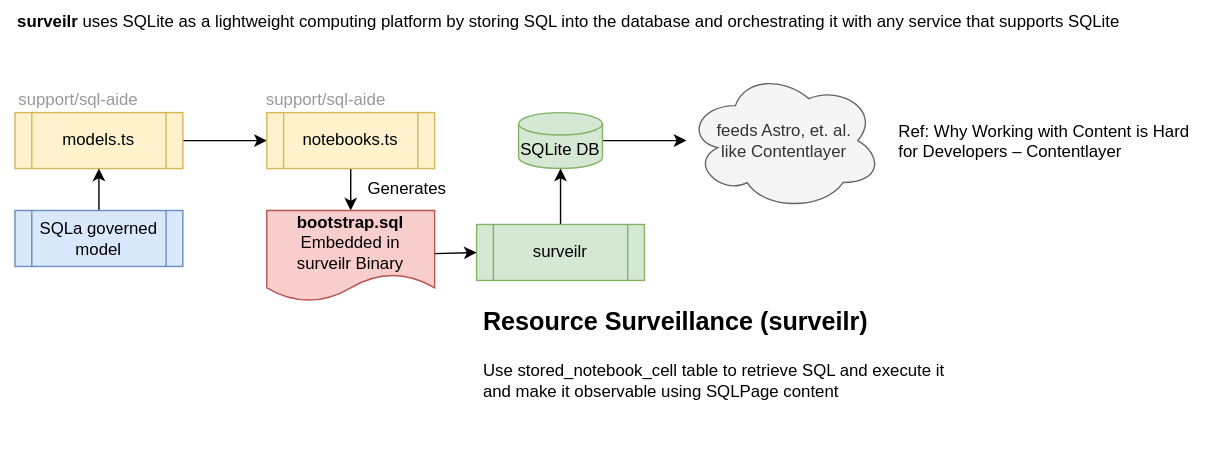
The draw.io diagram support/docs/architecture.drawio.svg in opsfolio/resource-surveillance, before a commit. Source tidied: cells renumbered, new cells last; positions are measured from the earlier drawing's top-left corner, leaving out a move shared by most shapes.
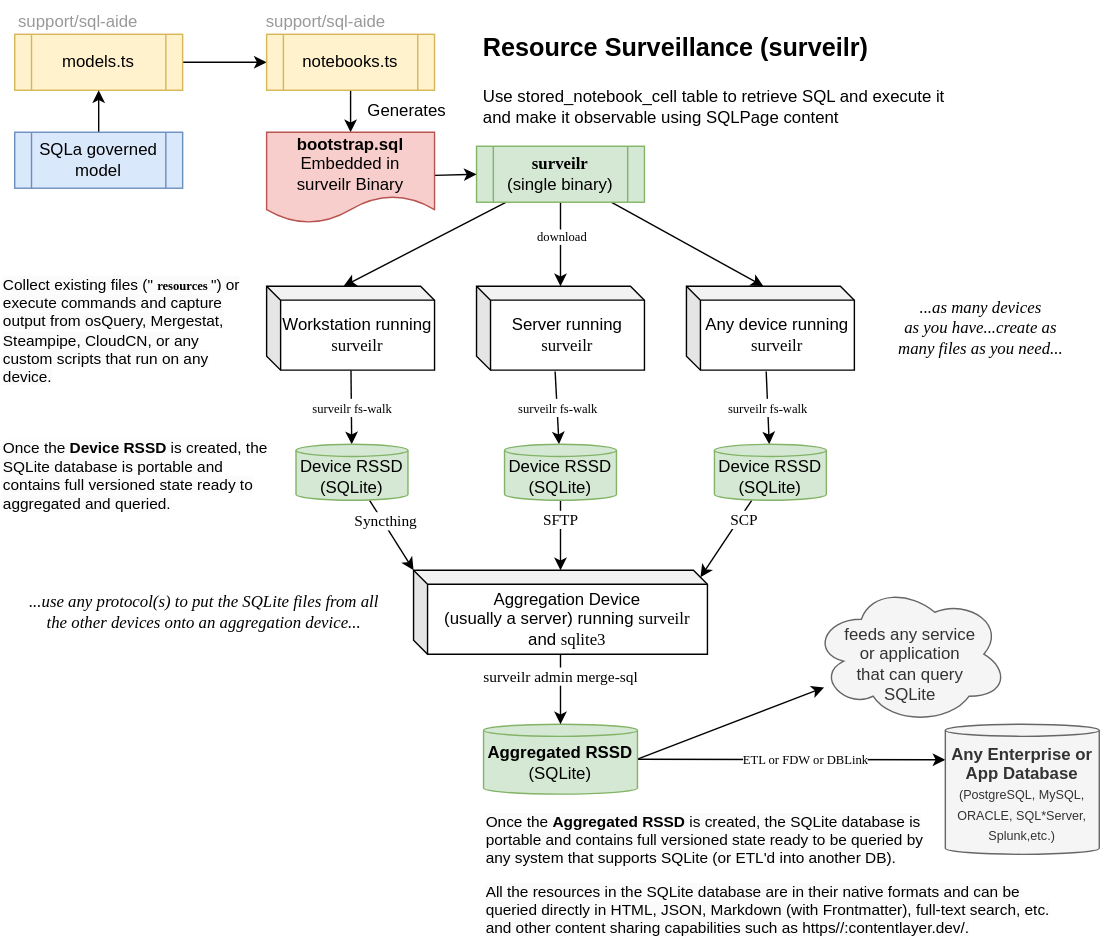
The same file after the commit.

Diff of the diagram source:
```diff
@@ -14,30 +14,41 @@
     <mxCell id="5" value="notebooks.ts" style="shape=process;whiteSpace=wrap;html=1;backgroundOutline=1;fillColor=#fff2cc;strokeColor=#d6b656;" parent="1" vertex="1">
       <mxGeometry x="190" y="80" width="120" height="40" as="geometry" />
     </mxCell>
-    <mxCell id="6" style="edgeStyle=none;html=1;" parent="1" edge="1" source="7" target="9">
+    <mxCell id="6" style="edgeStyle=none;html=1;exitX=1;exitY=0.5;exitDx=0;exitDy=0;exitPerimeter=0;" parent="1" edge="1" source="7" target="9">
       <mxGeometry relative="1" as="geometry" />
     </mxCell>
+    <mxCell id="21" style="edgeStyle=none;html=1;entryX=0;entryY=0;entryDx=0;entryDy=25.416666666666707;entryPerimeter=0;fontFamily=Lucida Console;fontSize=9;" parent="1" edge="1" source="7" target="51">
+      <mxGeometry relative="1" as="geometry" />
+    </mxCell>
+    <mxCell id="22" value="&amp;nbsp;ETL or FDW or DBLink&amp;nbsp;" style="edgeLabel;html=1;align=center;verticalAlign=middle;fontSize=9;fontFamily=Comic Sans MS;" parent="21" vertex="1">
+      <mxGeometry x="0.09" relative="1" as="geometry" />
+    </mxCell>
-    <mxCell id="7" value="SQLite DB" style="shape=cylinder3;whiteSpace=wrap;html=1;boundedLbl=1;backgroundOutline=1;size=8;fillColor=#d5e8d4;strokeColor=#82b366;" parent="1" vertex="1">
-      <mxGeometry x="370" y="80" width="60" height="40" as="geometry" />
+    <mxCell id="7" value="&lt;b&gt;Aggregated RSSD &lt;/b&gt;(SQLite)" style="shape=cylinder3;whiteSpace=wrap;html=1;boundedLbl=1;backgroundOutline=1;size=4.333333333333414;fillColor=#d5e8d4;strokeColor=#82b366;" parent="1" vertex="1">
+      <mxGeometry x="345" y="573" width="110" height="50" as="geometry" />
     </mxCell>
-    <mxCell id="8" value="Ref:&amp;nbsp;&lt;a href=&quot;https://contentlayer.dev/blog/working-with-content-is-hard-for-developers#6-contentlayer-makes-content-easy-for-developers&quot;&gt;Why Working with Content is Hard for Developers – Contentlayer&lt;/a&gt;" style="text;whiteSpace=wrap;html=1;" parent="1" vertex="1">
-      <mxGeometry x="640" y="80" width="220" height="50" as="geometry" />
-    </mxCell>
-    <mxCell id="9" value="feeds Astro, et. al.&lt;br&gt;like Contentlayer" style="ellipse;shape=cloud;whiteSpace=wrap;html=1;fillColor=#f5f5f5;fontColor=#333333;strokeColor=#666666;" parent="1" vertex="1">
-      <mxGeometry x="490" y="50" width="140" height="100" as="geometry" />
+    <mxCell id="9" value="&lt;br&gt;feeds any service&lt;br&gt;&amp;nbsp;or application&lt;br&gt;that can query&lt;br&gt;SQLite" style="ellipse;shape=cloud;whiteSpace=wrap;html=1;fillColor=#f5f5f5;fontColor=#333333;strokeColor=#666666;" parent="1" vertex="1">
+      <mxGeometry x="580" y="473" width="140" height="100" as="geometry" />
     </mxCell>
-    <mxCell id="10" style="edgeStyle=none;html=1;entryX=0.5;entryY=1;entryDx=0;entryDy=0;entryPerimeter=0;" parent="1" edge="1" source="11" target="7">
-      <mxGeometry relative="1" as="geometry" />
-    </mxCell>
+    <mxCell id="23" style="edgeStyle=none;html=1;fontFamily=Lucida Console;" parent="1" edge="1" source="11" target="29">
+      <mxGeometry relative="1" as="geometry" />
+    </mxCell>
+    <mxCell id="24" value="download" style="edgeLabel;html=1;align=center;verticalAlign=middle;fontFamily=Comic Sans MS;fontSize=9;" parent="23" vertex="1">
+      <mxGeometry x="-0.47" y="1" relative="1" as="geometry">
+        <mxPoint y="9" as="offset" />
+      </mxGeometry>
+    </mxCell>
+    <mxCell id="25" style="edgeStyle=none;html=1;entryX=0;entryY=0;entryDx=55;entryDy=0;entryPerimeter=0;fontFamily=Lucida Console;" parent="1" edge="1" source="11" target="28">
+      <mxGeometry relative="1" as="geometry" />
+    </mxCell>
+    <mxCell id="26" style="edgeStyle=none;html=1;entryX=0;entryY=0;entryDx=55;entryDy=0;entryPerimeter=0;fontFamily=Lucida Console;" parent="1" edge="1" source="11" target="30">
+      <mxGeometry relative="1" as="geometry" />
+    </mxCell>
-    <mxCell id="11" value="surveilr" style="shape=process;whiteSpace=wrap;html=1;backgroundOutline=1;fillColor=#d5e8d4;strokeColor=#82b366;" parent="1" vertex="1">
+    <mxCell id="11" value="&lt;font face=&quot;Lucida Console&quot;&gt;surveilr&lt;/font&gt;&lt;br&gt;&lt;span style=&quot;font-weight: normal;&quot;&gt;(single binary)&lt;/span&gt;" style="shape=process;whiteSpace=wrap;html=1;backgroundOutline=1;fillColor=#d5e8d4;strokeColor=#82b366;fontStyle=1;" parent="1" vertex="1">
       <mxGeometry x="340" y="160" width="120" height="40" as="geometry" />
     </mxCell>
     <mxCell id="12" value="&lt;h1 style=&quot;line-height: 100%;&quot;&gt;&lt;font style=&quot;font-size: 18px;&quot;&gt;Resource Surveillance (surveilr)&lt;/font&gt;&lt;/h1&gt;&lt;span style=&quot;background-color: initial;&quot;&gt;Use stored_notebook_cell table to retrieve SQL and execute it&lt;/span&gt;&lt;span style=&quot;background-color: initial;&quot;&gt;&amp;nbsp;and make it observable using SQLPage content&lt;/span&gt;" style="text;html=1;strokeColor=none;fillColor=none;spacing=5;spacingTop=-20;whiteSpace=wrap;overflow=hidden;rounded=0;" parent="1" vertex="1">
-      <mxGeometry x="340" y="210" width="360" height="120" as="geometry" />
+      <mxGeometry x="340" y="70" width="360" height="120" as="geometry" />
     </mxCell>
-    <mxCell id="13" value="&lt;b&gt;surveilr&lt;/b&gt; uses SQLite as a lightweight computing platform by storing SQL into the database and orchestrating it with any service that supports SQLite" style="text;html=1;align=left;verticalAlign=middle;strokeColor=none;fillColor=none;" parent="1" vertex="1">
-      <mxGeometry x="10" width="810" height="30" as="geometry" />
-    </mxCell>
     <mxCell id="14" style="edgeStyle=none;html=1;fontSize=12;" parent="1" edge="1" source="15" target="3">
       <mxGeometry relative="1" as="geometry" />
     </mxCell>
@@ -59,5 +70,82 @@
     <mxCell id="20" value="support/sql-aide" style="text;html=1;align=center;verticalAlign=middle;strokeColor=none;fillColor=none;fontColor=#999999;" parent="1" vertex="1">
       <mxGeometry x="177" y="56" width="110" height="30" as="geometry" />
     </mxCell>
+    <mxCell id="27" value="&lt;font style=&quot;font-size: 9px;&quot;&gt;surveilr fs-walk&lt;/font&gt;" style="edgeStyle=none;html=1;fontFamily=Lucida Console;" parent="1" edge="1" source="28" target="33">
+      <mxGeometry relative="1" as="geometry" />
+    </mxCell>
+    <mxCell id="28" value="Workstation running&amp;nbsp;&lt;font style=&quot;border-color: var(--border-color);&quot; face=&quot;Lucida Console&quot;&gt;surveilr&lt;/font&gt;" style="shape=cube;whiteSpace=wrap;html=1;boundedLbl=1;backgroundOutline=1;darkOpacity=0.05;darkOpacity2=0.1;size=10;" parent="1" vertex="1">
+      <mxGeometry x="190" y="260" width="120" height="60" as="geometry" />
+    </mxCell>
+    <mxCell id="29" value="Server running&amp;nbsp;&lt;font style=&quot;border-color: var(--border-color);&quot; face=&quot;Lucida Console&quot;&gt;surveilr&lt;/font&gt;" style="shape=cube;whiteSpace=wrap;html=1;boundedLbl=1;backgroundOutline=1;darkOpacity=0.05;darkOpacity2=0.1;size=10;" parent="1" vertex="1">
+      <mxGeometry x="340" y="260" width="120" height="60" as="geometry" />
+    </mxCell>
+    <mxCell id="30" value="Any device running &lt;font face=&quot;Lucida Console&quot;&gt;surveilr&lt;/font&gt;" style="shape=cube;whiteSpace=wrap;html=1;boundedLbl=1;backgroundOutline=1;darkOpacity=0.05;darkOpacity2=0.1;size=10;" parent="1" vertex="1">
+      <mxGeometry x="490" y="260" width="120" height="60" as="geometry" />
+    </mxCell>
+    <mxCell id="31" style="edgeStyle=none;html=1;entryX=0;entryY=0;entryDx=0;entryDy=0;entryPerimeter=0;fontFamily=Lucida Console;" parent="1" edge="1" source="33" target="45">
+      <mxGeometry relative="1" as="geometry" />
+    </mxCell>
+    <mxCell id="32" value="Syncthing" style="edgeLabel;html=1;align=center;verticalAlign=middle;fontFamily=Comic Sans MS;" parent="31" vertex="1">
+      <mxGeometry x="-0.37" y="1" relative="1" as="geometry" />
+    </mxCell>
+    <mxCell id="33" value="Device RSSD (SQLite)" style="shape=cylinder3;whiteSpace=wrap;html=1;boundedLbl=1;backgroundOutline=1;size=4.333333333333414;fillColor=#d5e8d4;strokeColor=#82b366;" parent="1" vertex="1">
+      <mxGeometry x="211" y="373" width="80" height="40" as="geometry" />
+    </mxCell>
+    <mxCell id="34" value="&lt;font style=&quot;font-size: 9px;&quot;&gt;surveilr fs-walk&lt;/font&gt;" style="edgeStyle=none;html=1;fontFamily=Lucida Console;exitX=0.468;exitY=1.017;exitDx=0;exitDy=0;exitPerimeter=0;" parent="1" edge="1" source="29" target="37">
+      <mxGeometry relative="1" as="geometry" />
+    </mxCell>
+    <mxCell id="35" style="edgeStyle=none;html=1;fontFamily=Lucida Console;" parent="1" edge="1" source="37" target="45">
+      <mxGeometry relative="1" as="geometry" />
+    </mxCell>
+    <mxCell id="36" value="SFTP" style="edgeLabel;html=1;align=center;verticalAlign=middle;fontFamily=Comic Sans MS;" parent="35" vertex="1">
+      <mxGeometry x="-0.46" relative="1" as="geometry" />
+    </mxCell>
+    <mxCell id="37" value="Device RSSD (SQLite)" style="shape=cylinder3;whiteSpace=wrap;html=1;boundedLbl=1;backgroundOutline=1;size=4.333333333333414;fillColor=#d5e8d4;strokeColor=#82b366;" parent="1" vertex="1">
+      <mxGeometry x="360" y="373" width="80" height="40" as="geometry" />
+    </mxCell>
+    <mxCell id="38" value="&lt;font style=&quot;font-size: 9px;&quot;&gt;surveilr fs-walk&lt;/font&gt;" style="edgeStyle=none;html=1;fontFamily=Lucida Console;exitX=0.475;exitY=1.017;exitDx=0;exitDy=0;exitPerimeter=0;" parent="1" edge="1" source="30" target="41">
+      <mxGeometry relative="1" as="geometry" />
+    </mxCell>
+    <mxCell id="39" style="edgeStyle=none;html=1;entryX=0;entryY=0;entryDx=205;entryDy=5;entryPerimeter=0;fontFamily=Lucida Console;" parent="1" edge="1" source="41" target="45">
+      <mxGeometry relative="1" as="geometry" />
+    </mxCell>
+    <mxCell id="40" value="SCP" style="edgeLabel;html=1;align=center;verticalAlign=middle;fontFamily=Comic Sans MS;" parent="39" vertex="1">
+      <mxGeometry x="-0.53" y="3" relative="1" as="geometry">
+        <mxPoint y="-1" as="offset" />
+      </mxGeometry>
+    </mxCell>
+    <mxCell id="41" value="Device RSSD (SQLite)" style="shape=cylinder3;whiteSpace=wrap;html=1;boundedLbl=1;backgroundOutline=1;size=4.333333333333414;fillColor=#d5e8d4;strokeColor=#82b366;" parent="1" vertex="1">
+      <mxGeometry x="510" y="373" width="80" height="40" as="geometry" />
+    </mxCell>
+    <mxCell id="42" value="&lt;font&gt;...as many devices&lt;br&gt;as you have...create as&lt;br&gt;many files as you need...&lt;br&gt;&lt;/font&gt;" style="text;html=1;align=center;verticalAlign=middle;strokeColor=none;fillColor=none;fontFamily=Times New Roman;fontStyle=2;" parent="1" vertex="1">
+      <mxGeometry x="620" y="260" width="160" height="60" as="geometry" />
+    </mxCell>
+    <mxCell id="43" style="edgeStyle=none;html=1;entryX=0.5;entryY=0;entryDx=0;entryDy=0;entryPerimeter=0;fontFamily=Comic Sans MS;" parent="1" edge="1" source="45" target="7">
+      <mxGeometry relative="1" as="geometry" />
+    </mxCell>
+    <mxCell id="44" value="surveilr admin merge-sql" style="edgeLabel;html=1;align=center;verticalAlign=middle;fontFamily=Lucida Console;" parent="43" vertex="1">
+      <mxGeometry x="-0.36" relative="1" as="geometry" />
+    </mxCell>
+    <mxCell id="45" value="Aggregation Device&lt;br&gt;(usually a server) running&amp;nbsp;&lt;font style=&quot;border-color: var(--border-color);&quot; face=&quot;Lucida Console&quot;&gt;surveilr&lt;/font&gt;&amp;nbsp;and&amp;nbsp;&lt;font style=&quot;border-color: var(--border-color);&quot; face=&quot;Lucida Console&quot;&gt;sqlite3&lt;/font&gt;" style="shape=cube;whiteSpace=wrap;html=1;boundedLbl=1;backgroundOutline=1;darkOpacity=0.05;darkOpacity2=0.1;size=10;" parent="1" vertex="1">
+      <mxGeometry x="295" y="463" width="210" height="60" as="geometry" />
+    </mxCell>
+    <mxCell id="46" value="&lt;font&gt;...use any protocol(s) to put the SQLite files from all&lt;br&gt;the other devices onto an aggregation device...&lt;/font&gt;" style="text;html=1;align=center;verticalAlign=middle;strokeColor=none;fillColor=none;fontFamily=Times New Roman;fontStyle=2;" parent="1" vertex="1">
+      <mxGeometry x="10" y="473" width="270" height="40" as="geometry" />
+    </mxCell>
+    <mxCell id="47" value="&lt;span style=&quot;color: rgb(0, 0, 0); font-family: Helvetica; font-size: 11px; font-style: normal; font-variant-ligatures: normal; font-variant-caps: normal; font-weight: 400; letter-spacing: normal; orphans: 2; text-align: left; text-indent: 0px; text-transform: none; widows: 2; word-spacing: 0px; -webkit-text-stroke-width: 0px; background-color: rgb(251, 251, 251); text-decoration-thickness: initial; text-decoration-style: initial; text-decoration-color: initial; float: none; display: inline !important;&quot;&gt;Once the &lt;/span&gt;&lt;span style=&quot;color: rgb(0, 0, 0); font-family: Helvetica; font-size: 11px; font-style: normal; font-variant-ligatures: normal; font-variant-caps: normal; letter-spacing: normal; orphans: 2; text-align: left; text-indent: 0px; text-transform: none; widows: 2; word-spacing: 0px; -webkit-text-stroke-width: 0px; background-color: rgb(251, 251, 251); text-decoration-thickness: initial; text-decoration-style: initial; text-decoration-color: initial; float: none; display: inline !important;&quot;&gt;&lt;b&gt;Aggregated RSSD&lt;/b&gt;&lt;/span&gt;&lt;span style=&quot;color: rgb(0, 0, 0); font-family: Helvetica; font-size: 11px; font-style: normal; font-variant-ligatures: normal; font-variant-caps: normal; font-weight: 400; letter-spacing: normal; orphans: 2; text-align: left; text-indent: 0px; text-transform: none; widows: 2; word-spacing: 0px; -webkit-text-stroke-width: 0px; background-color: rgb(251, 251, 251); text-decoration-thickness: initial; text-decoration-style: initial; text-decoration-color: initial; float: none; display: inline !important;&quot;&gt; is created, the SQLite database is portable and contains full versioned state ready to be queried by any system that supports SQLite (or ETL'd into another DB).&lt;br&gt;&lt;/span&gt;" style="text;whiteSpace=wrap;html=1;fontSize=11;fontFamily=Helvetica;" parent="1" vertex="1">
+      <mxGeometry x="345" y="630" width="330" height="50" as="geometry" />
+    </mxCell>
+    <mxCell id="48" value="&lt;span style=&quot;color: rgb(0, 0, 0); font-family: Helvetica; font-size: 11px; font-style: normal; font-variant-ligatures: normal; font-variant-caps: normal; font-weight: 400; letter-spacing: normal; orphans: 2; text-align: left; text-indent: 0px; text-transform: none; widows: 2; word-spacing: 0px; -webkit-text-stroke-width: 0px; background-color: rgb(251, 251, 251); text-decoration-thickness: initial; text-decoration-style: initial; text-decoration-color: initial; float: none; display: inline !important;&quot;&gt;All the resources in the SQLite database are in their native formats and can be queried directly in HTML, JSON, Markdown (with Frontmatter), full-text search, etc. and other content sharing capabilities such as https//:contentlayer.dev/.&lt;/span&gt;" style="text;whiteSpace=wrap;html=1;fontSize=11;fontFamily=Helvetica;" parent="1" vertex="1">
+      <mxGeometry x="345" y="680" width="420" height="50" as="geometry" />
+    </mxCell>
+    <mxCell id="49" value="&lt;span style=&quot;color: rgb(0, 0, 0); font-family: Helvetica; font-size: 11px; font-style: normal; font-variant-ligatures: normal; font-variant-caps: normal; font-weight: 400; letter-spacing: normal; orphans: 2; text-align: left; text-indent: 0px; text-transform: none; widows: 2; word-spacing: 0px; -webkit-text-stroke-width: 0px; background-color: rgb(251, 251, 251); text-decoration-thickness: initial; text-decoration-style: initial; text-decoration-color: initial; float: none; display: inline !important;&quot;&gt;Once the &lt;/span&gt;&lt;span style=&quot;color: rgb(0, 0, 0); font-family: Helvetica; font-size: 11px; font-style: normal; font-variant-ligatures: normal; font-variant-caps: normal; letter-spacing: normal; orphans: 2; text-align: left; text-indent: 0px; text-transform: none; widows: 2; word-spacing: 0px; -webkit-text-stroke-width: 0px; background-color: rgb(251, 251, 251); text-decoration-thickness: initial; text-decoration-style: initial; text-decoration-color: initial; float: none; display: inline !important;&quot;&gt;&lt;b&gt;Device RSSD&lt;/b&gt;&lt;/span&gt;&lt;span style=&quot;color: rgb(0, 0, 0); font-family: Helvetica; font-size: 11px; font-style: normal; font-variant-ligatures: normal; font-variant-caps: normal; font-weight: 400; letter-spacing: normal; orphans: 2; text-align: left; text-indent: 0px; text-transform: none; widows: 2; word-spacing: 0px; -webkit-text-stroke-width: 0px; background-color: rgb(251, 251, 251); text-decoration-thickness: initial; text-decoration-style: initial; text-decoration-color: initial; float: none; display: inline !important;&quot;&gt; is created, the SQLite database is portable and contains full versioned state ready to aggregated and queried.&lt;/span&gt;" style="text;whiteSpace=wrap;html=1;fontSize=11;fontFamily=Times New Roman;" parent="1" vertex="1">
+      <mxGeometry y="363" width="200" height="78" as="geometry" />
+    </mxCell>
+    <mxCell id="50" value="&lt;span style=&quot;color: rgb(0, 0, 0); font-family: Helvetica; font-size: 11px; font-style: normal; font-variant-ligatures: normal; font-variant-caps: normal; font-weight: 400; letter-spacing: normal; orphans: 2; text-align: left; text-indent: 0px; text-transform: none; widows: 2; word-spacing: 0px; -webkit-text-stroke-width: 0px; background-color: rgb(251, 251, 251); text-decoration-thickness: initial; text-decoration-style: initial; text-decoration-color: initial; float: none; display: inline !important;&quot;&gt;Collect existing files (&quot;&lt;/span&gt;&lt;span style=&quot;color: rgb(0, 0, 0); font-style: normal; font-variant-ligatures: normal; font-variant-caps: normal; letter-spacing: normal; orphans: 2; text-align: left; text-indent: 0px; text-transform: none; widows: 2; word-spacing: 0px; -webkit-text-stroke-width: 0px; background-color: rgb(251, 251, 251); text-decoration-thickness: initial; text-decoration-style: initial; text-decoration-color: initial; float: none; display: inline !important;&quot;&gt;&lt;b style=&quot;&quot;&gt;&lt;font style=&quot;font-size: 9px;&quot; face=&quot;Lucida Console&quot;&gt;resources&lt;/font&gt;&lt;/b&gt;&lt;/span&gt;&lt;span style=&quot;color: rgb(0, 0, 0); font-family: Helvetica; font-size: 11px; font-style: normal; font-variant-ligatures: normal; font-variant-caps: normal; font-weight: 400; letter-spacing: normal; orphans: 2; text-align: left; text-indent: 0px; text-transform: none; widows: 2; word-spacing: 0px; -webkit-text-stroke-width: 0px; background-color: rgb(251, 251, 251); text-decoration-thickness: initial; text-decoration-style: initial; text-decoration-color: initial; float: none; display: inline !important;&quot;&gt;&quot;) or execute commands and capture output from osQuery, Mergestat, Steampipe, CloudCN, or any custom scripts that run on any device.&lt;/span&gt;" style="text;whiteSpace=wrap;html=1;fontSize=11;fontFamily=Times New Roman;" parent="1" vertex="1">
+      <mxGeometry y="246" width="180" height="50" as="geometry" />
+    </mxCell>
+    <mxCell id="51" value="&lt;b&gt;Any Enterprise or App Database&lt;br&gt;&lt;/b&gt;&lt;font style=&quot;font-size: 9px;&quot;&gt;(PostgreSQL, MySQL, ORACLE, SQL*Server, Splunk,etc.)&lt;/font&gt;" style="shape=cylinder3;whiteSpace=wrap;html=1;boundedLbl=1;backgroundOutline=1;size=4.333333333333414;fillColor=#f5f5f5;strokeColor=#666666;fontColor=#333333;" parent="1" vertex="1">
+      <mxGeometry x="675" y="573" width="110" height="93" as="geometry" />
+    </mxCell>
   </root>
 </mxGraphModel>
```
